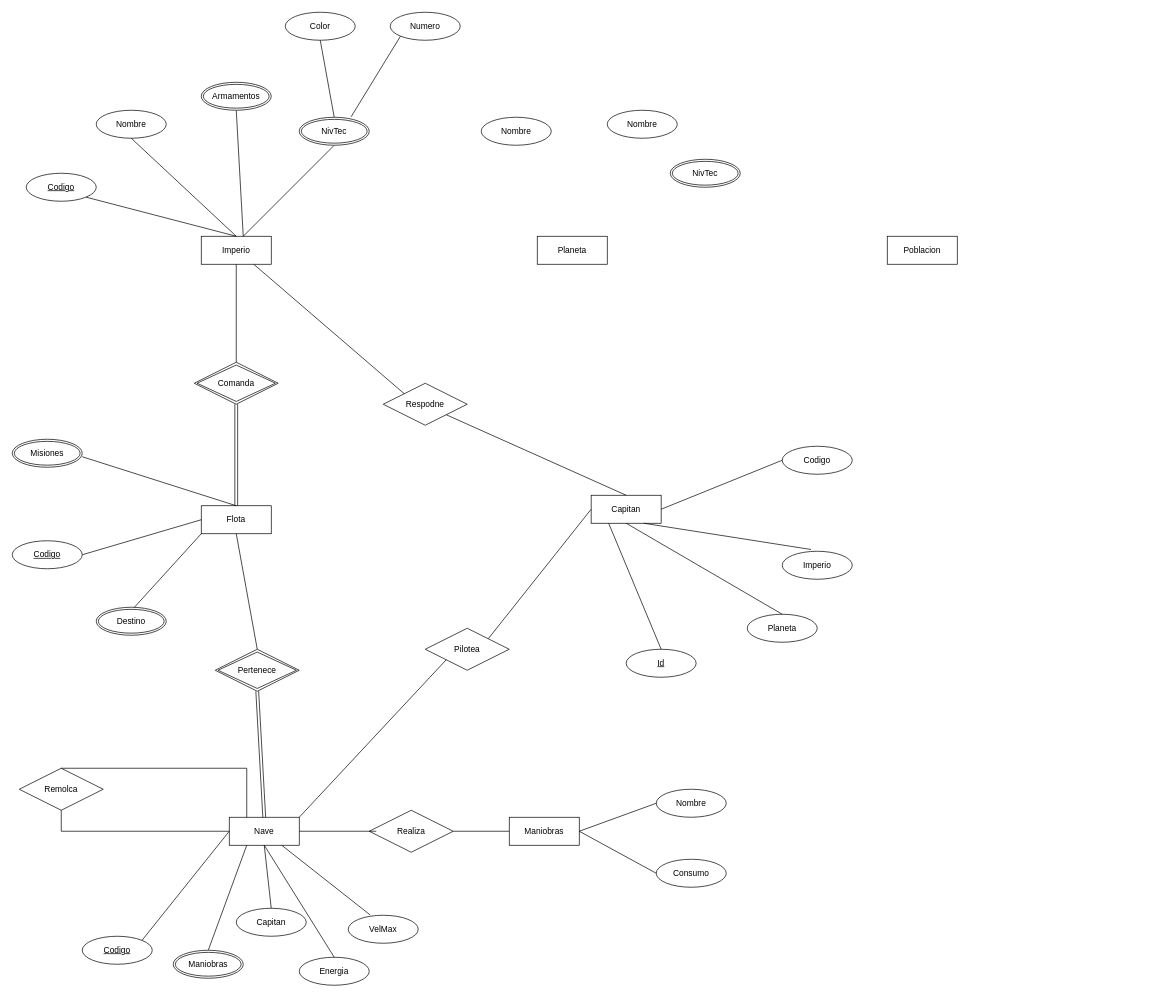
Earlier version of the draw.io diagram MER:Ejercicio:5:5.drawio (LautaroRojasTorrilla/DB_UNQ). Source tidied: cells renumbered, new cells numbered last; positions are measured from the earlier drawing's top-left corner, leaving out a move shared by most shapes. Both pictures are drawn from the tidied source at 70%, with x=0, y=0 at pixel (12, 12).
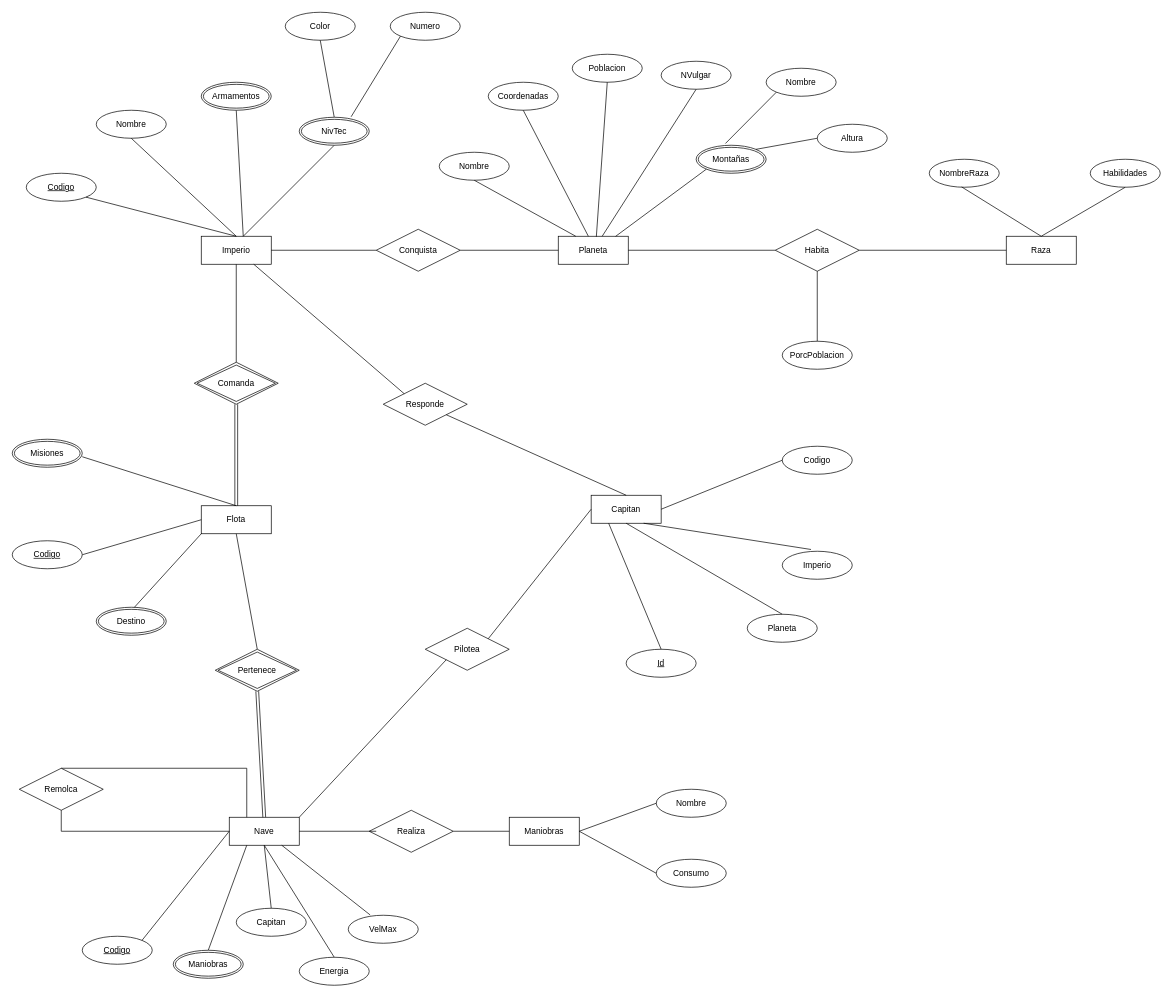
The same diagram, later.

The change refers to these unchanged cells:
```xml
<mxCell id="2" value="Imperio" style="whiteSpace=wrap;html=1;align=center;" parent="1" vertex="1">
  <mxGeometry x="270" y="320" width="100" height="40" as="geometry" />
</mxCell>
```

What changed in the source:
```diff
@@
     <mxCell id="6" value="Planeta" style="whiteSpace=wrap;html=1;align=center;" parent="1" vertex="1">
-      <mxGeometry x="750" y="320" width="100" height="40" as="geometry" />
+      <mxGeometry x="780" y="320" width="100" height="40" as="geometry" />
     </mxCell>
-    <mxCell id="7" value="Poblacion" style="whiteSpace=wrap;html=1;align=center;" parent="1" vertex="1">
-      <mxGeometry x="1250" y="320" width="100" height="40" as="geometry" />
+    <mxCell id="7" value="Raza" style="whiteSpace=wrap;html=1;align=center;" parent="1" vertex="1">
+      <mxGeometry x="1420" y="320" width="100" height="40" as="geometry" />
     </mxCell>
@@
-    <mxCell id="53" value="Respodne" style="shape=rhombus;perimeter=rhombusPerimeter;whiteSpace=wrap;html=1;align=center;" parent="1" vertex="1">
+    <mxCell id="53" value="Responde" style="shape=rhombus;perimeter=rhombusPerimeter;whiteSpace=wrap;html=1;align=center;" parent="1" vertex="1">
       <mxGeometry x="530" y="530" width="120" height="60" as="geometry" />
     </mxCell>
@@
     <mxCell id="67" value="Nombre" style="ellipse;whiteSpace=wrap;html=1;align=center;" parent="1" vertex="1">
-      <mxGeometry x="670" y="150" width="100" height="40" as="geometry" />
+      <mxGeometry x="610" y="200" width="100" height="40" as="geometry" />
     </mxCell>
-    <mxCell id="68" value="Nombre" style="ellipse;whiteSpace=wrap;html=1;align=center;" parent="1" vertex="1">
-      <mxGeometry x="850" y="140" width="100" height="40" as="geometry" />
+    <mxCell id="68" value="Poblacion" style="ellipse;whiteSpace=wrap;html=1;align=center;" parent="1" vertex="1">
+      <mxGeometry x="800" y="60" width="100" height="40" as="geometry" />
     </mxCell>
-    <mxCell id="69" value="NivTec" style="ellipse;shape=doubleEllipse;margin=3;whiteSpace=wrap;html=1;align=center;" parent="1" vertex="1">
-      <mxGeometry x="940" y="210" width="100" height="40" as="geometry" />
+    <mxCell id="69" value="Montañas" style="ellipse;shape=doubleEllipse;margin=3;whiteSpace=wrap;html=1;align=center;" parent="1" vertex="1">
+      <mxGeometry x="977" y="190" width="100" height="40" as="geometry" />
     </mxCell>
+    <mxCell id="70" value="NVulgar" style="ellipse;whiteSpace=wrap;html=1;align=center;" parent="1" vertex="1">
+      <mxGeometry x="927" y="70" width="100" height="40" as="geometry" />
+    </mxCell>
+    <mxCell id="71" value="Coordenadas" style="ellipse;whiteSpace=wrap;html=1;align=center;" parent="1" vertex="1">
+      <mxGeometry x="680" y="100" width="100" height="40" as="geometry" />
+    </mxCell>
+    <mxCell id="72" value="Altura" style="ellipse;whiteSpace=wrap;html=1;align=center;" parent="1" vertex="1">
+      <mxGeometry x="1150" y="160" width="100" height="40" as="geometry" />
+    </mxCell>
+    <mxCell id="73" value="Nombre" style="ellipse;whiteSpace=wrap;html=1;align=center;" parent="1" vertex="1">
+      <mxGeometry x="1077" y="80" width="100" height="40" as="geometry" />
+    </mxCell>
+    <mxCell id="74" style="endArrow=none;html=1;rounded=0;exitX=0.5;exitY=1;exitDx=0;exitDy=0;entryX=0.25;entryY=0;entryDx=0;entryDy=0;" parent="1" edge="1" source="67" target="6">
+      <mxGeometry relative="1" as="geometry" />
+    </mxCell>
+    <mxCell id="75" style="endArrow=none;html=1;rounded=0;exitX=0.5;exitY=1;exitDx=0;exitDy=0;" parent="1" edge="1" source="70" target="6">
+      <mxGeometry relative="1" as="geometry" />
+    </mxCell>
+    <mxCell id="76" style="endArrow=none;html=1;rounded=0;entryX=0;entryY=0.5;entryDx=0;entryDy=0;exitX=1;exitY=0;exitDx=0;exitDy=0;" parent="1" edge="1" source="69" target="72">
+      <mxGeometry relative="1" as="geometry" />
+    </mxCell>
+    <mxCell id="77" style="endArrow=none;html=1;rounded=0;entryX=0;entryY=1;entryDx=0;entryDy=0;exitX=0.819;exitY=0.004;exitDx=0;exitDy=0;exitPerimeter=0;" parent="1" edge="1" source="6" target="69">
+      <mxGeometry relative="1" as="geometry" />
+    </mxCell>
+    <mxCell id="78" style="endArrow=none;html=1;rounded=0;exitX=0.5;exitY=1;exitDx=0;exitDy=0;entryX=0.544;entryY=0.018;entryDx=0;entryDy=0;entryPerimeter=0;" parent="1" edge="1" source="68" target="6">
+      <mxGeometry relative="1" as="geometry" />
+    </mxCell>
+    <mxCell id="79" style="endArrow=none;html=1;rounded=0;exitX=0.5;exitY=1;exitDx=0;exitDy=0;entryX=0.43;entryY=0;entryDx=0;entryDy=0;entryPerimeter=0;" parent="1" edge="1" source="71" target="6">
+      <mxGeometry relative="1" as="geometry" />
+    </mxCell>
+    <mxCell id="80" style="endArrow=none;html=1;rounded=0;exitX=0.418;exitY=-0.062;exitDx=0;exitDy=0;exitPerimeter=0;entryX=0;entryY=1;entryDx=0;entryDy=0;" parent="1" edge="1" source="69" target="73">
+      <mxGeometry relative="1" as="geometry" />
+    </mxCell>
+    <mxCell id="81" value="Conquista" style="shape=rhombus;perimeter=rhombusPerimeter;whiteSpace=wrap;html=1;align=center;" parent="1" vertex="1">
+      <mxGeometry x="520" y="310" width="120" height="60" as="geometry" />
+    </mxCell>
+    <mxCell id="82" style="endArrow=none;html=1;rounded=0;exitX=0;exitY=0.5;exitDx=0;exitDy=0;entryX=1;entryY=0.5;entryDx=0;entryDy=0;" parent="1" edge="1" source="81" target="2">
+      <mxGeometry relative="1" as="geometry" />
+    </mxCell>
+    <mxCell id="83" style="endArrow=none;html=1;rounded=0;exitX=0;exitY=0.5;exitDx=0;exitDy=0;entryX=1;entryY=0.5;entryDx=0;entryDy=0;" parent="1" edge="1" source="6" target="81">
+      <mxGeometry relative="1" as="geometry" />
+    </mxCell>
+    <mxCell id="84" value="NombreRaza" style="ellipse;whiteSpace=wrap;html=1;align=center;" parent="1" vertex="1">
+      <mxGeometry x="1310" y="210" width="100" height="40" as="geometry" />
+    </mxCell>
+    <mxCell id="85" value="Habilidades" style="ellipse;whiteSpace=wrap;html=1;align=center;" parent="1" vertex="1">
+      <mxGeometry x="1540" y="210" width="100" height="40" as="geometry" />
+    </mxCell>
+    <mxCell id="86" value="Habita" style="shape=rhombus;perimeter=rhombusPerimeter;whiteSpace=wrap;html=1;align=center;" parent="1" vertex="1">
+      <mxGeometry x="1090" y="310" width="120" height="60" as="geometry" />
+    </mxCell>
+    <mxCell id="87" style="endArrow=none;html=1;rounded=0;entryX=0;entryY=0.5;entryDx=0;entryDy=0;exitX=1;exitY=0.5;exitDx=0;exitDy=0;" parent="1" edge="1" source="6" target="86">
+      <mxGeometry relative="1" as="geometry" />
+    </mxCell>
+    <mxCell id="88" style="endArrow=none;html=1;rounded=0;entryX=0;entryY=0.5;entryDx=0;entryDy=0;exitX=1;exitY=0.5;exitDx=0;exitDy=0;" parent="1" edge="1" source="86" target="7">
+      <mxGeometry relative="1" as="geometry" />
+    </mxCell>
+    <mxCell id="89" style="endArrow=none;html=1;rounded=0;entryX=0.5;entryY=0;entryDx=0;entryDy=0;exitX=0.463;exitY=0.989;exitDx=0;exitDy=0;exitPerimeter=0;" parent="1" edge="1" source="84" target="7">
+      <mxGeometry relative="1" as="geometry" />
+    </mxCell>
+    <mxCell id="90" style="endArrow=none;html=1;rounded=0;entryX=0.5;entryY=1;entryDx=0;entryDy=0;exitX=0.5;exitY=0;exitDx=0;exitDy=0;" parent="1" edge="1" source="7" target="85">
+      <mxGeometry relative="1" as="geometry" />
+    </mxCell>
+    <mxCell id="91" value="PorcPoblacion" style="ellipse;whiteSpace=wrap;html=1;align=center;" parent="1" vertex="1">
+      <mxGeometry x="1100" y="470" width="100" height="40" as="geometry" />
+    </mxCell>
+    <mxCell id="92" style="endArrow=none;html=1;rounded=0;entryX=0.5;entryY=0;entryDx=0;entryDy=0;exitX=0.5;exitY=1;exitDx=0;exitDy=0;" parent="1" edge="1" source="86" target="91">
+      <mxGeometry relative="1" as="geometry" />
+    </mxCell>
```
